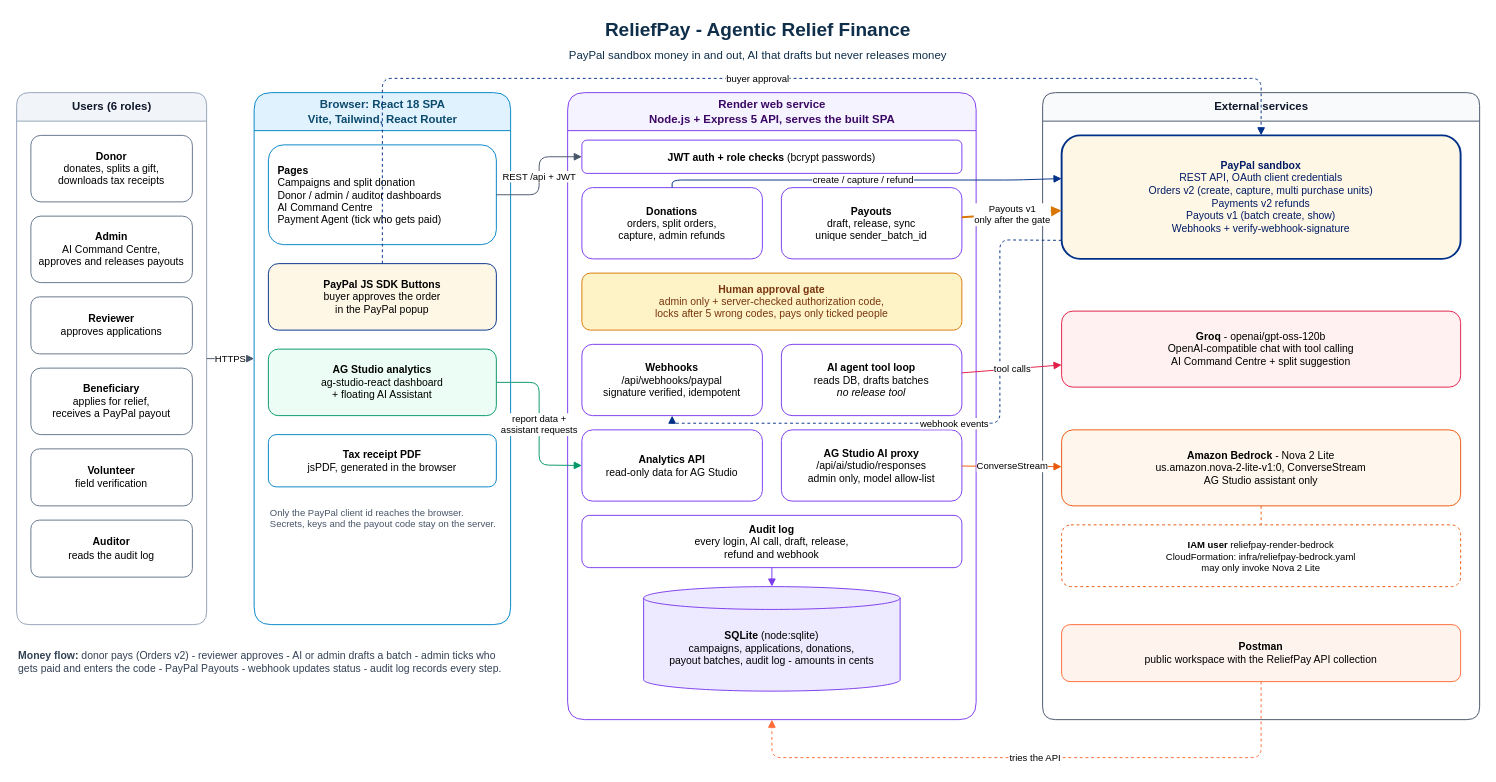
Earlier version of the draw.io diagram docs/architecture/reliefpay-architecture.drawio (MariyamSeemab/reliefpay-agentic-finance). Source tidied: cells renumbered, new cells numbered last; positions are measured from the earlier drawing's top-left corner, leaving out a move shared by most shapes. Both pictures are drawn from the tidied source at 95%, with x=0, y=0 at pixel (16, 16).
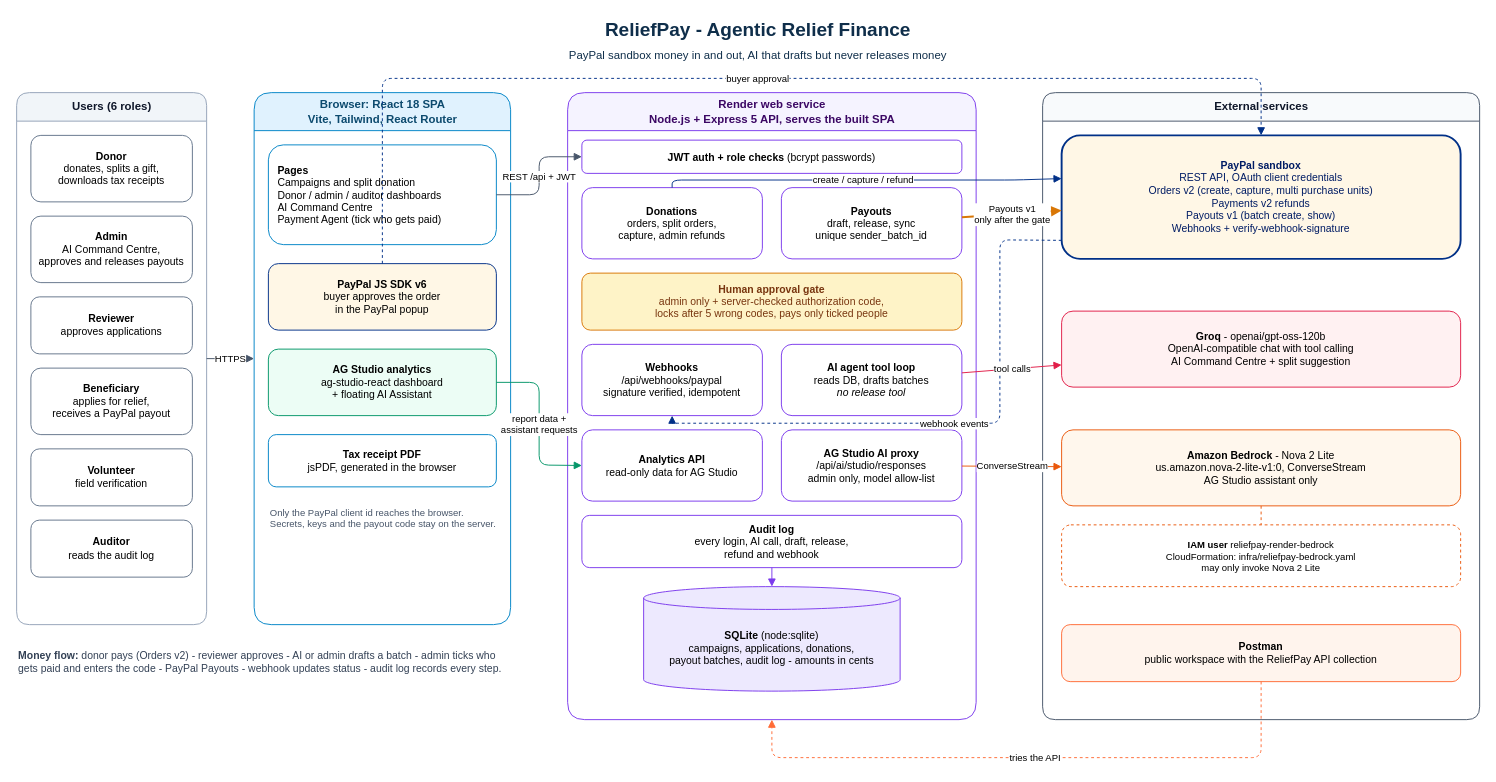
The same diagram, later.

Commit message (it also covers changes not shown here):
feat(paypal): upgrade donations to PayPal JavaScript SDK v6 with v5 fallback; update README and architecture

Unchanged cells that the change refers to:
```xml
<mxCell id="10" value="&lt;b&gt;Browser: React 18 SPA&lt;/b&gt;&lt;br&gt;Vite, Tailwind, React Router" style="swimlane;html=1;rounded=1;fillColor=#E0F2FE;strokeColor=#0284C7;fontColor=#0C4A6E;startSize=40;" parent="1" vertex="1">
  <mxGeometry x="250" y="80" width="270" height="560" as="geometry" />
</mxCell>
```

Diff of the diagram source:
```diff
@@
-    <mxCell id="12" value="&lt;b&gt;PayPal JS SDK Buttons&lt;/b&gt;&lt;br&gt;buyer approves the order&lt;br&gt;in the PayPal popup" style="rounded=1;whiteSpace=wrap;html=1;fillColor=#FFF7E6;strokeColor=#003087;fontSize=11;" parent="10" vertex="1">
+    <mxCell id="12" value="&lt;b&gt;PayPal JS SDK v6&lt;/b&gt;&lt;br&gt;buyer approves the order&lt;br&gt;in the PayPal popup" style="rounded=1;whiteSpace=wrap;html=1;fillColor=#FFF7E6;strokeColor=#003087;fontSize=11;" parent="10" vertex="1">
       <mxGeometry x="15" y="180" width="240" height="70" as="geometry" />
     </mxCell>
```
